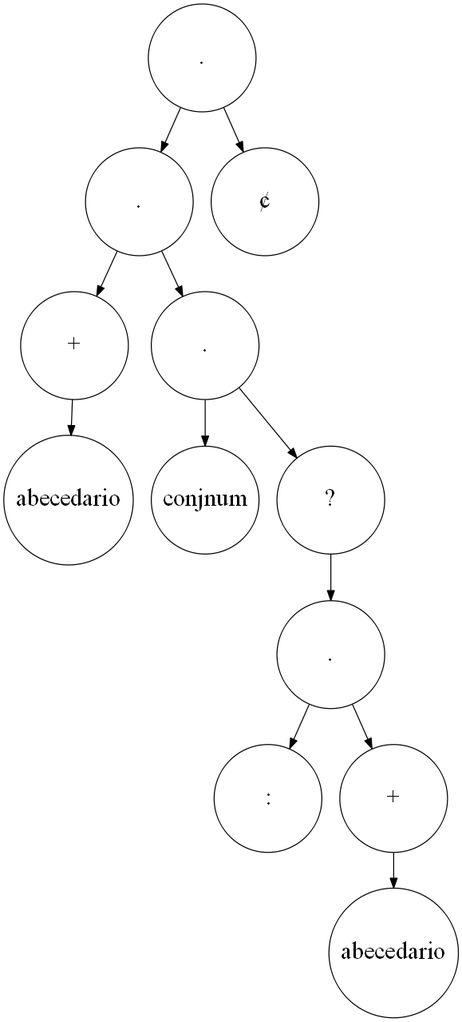
This is tree_Expresion2.png from montherbasir/Practica1_OLC1, a Graphviz export, as it was before one commit. Its source is kept beside it as tree_Expresion2.dot.
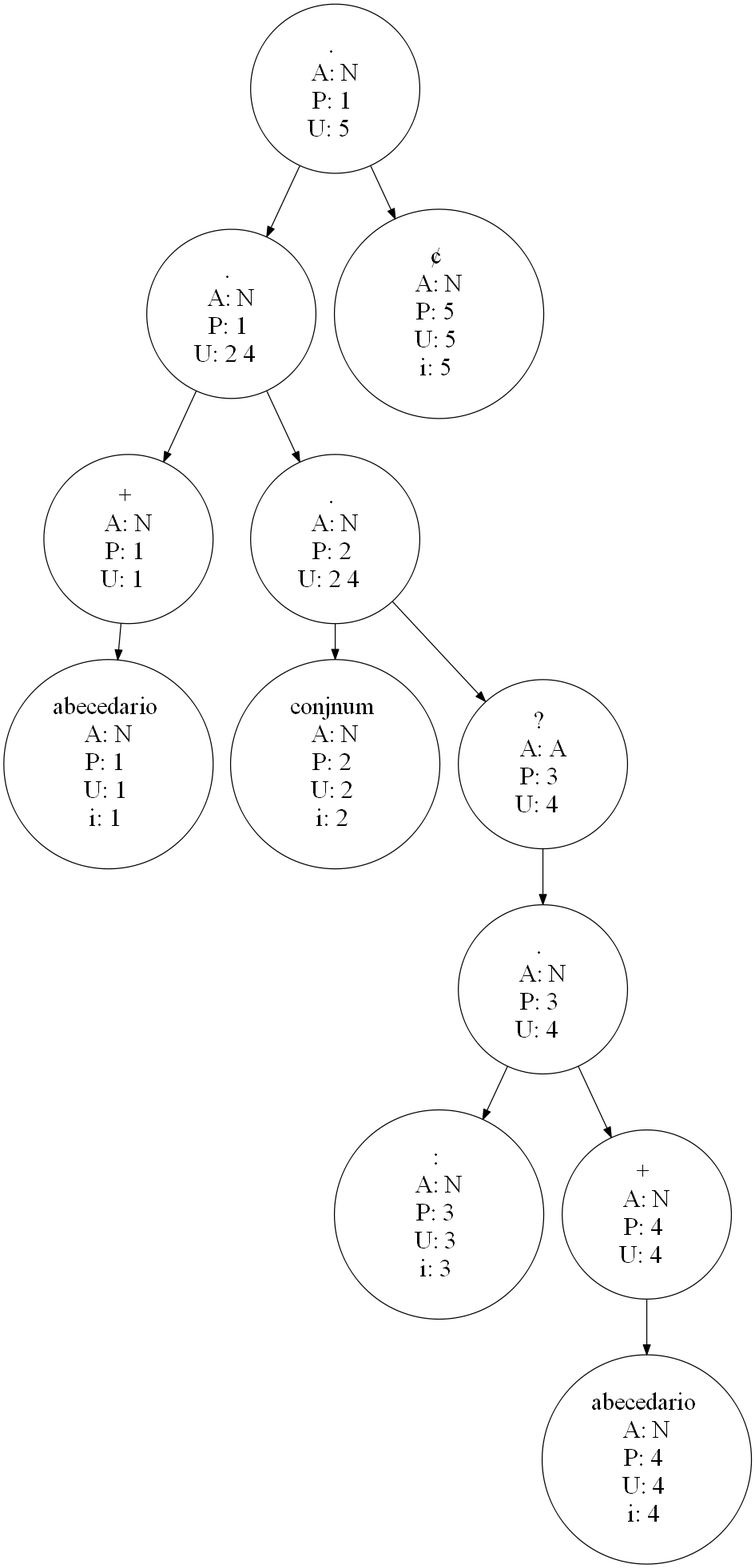
Later version of the same file.

Change to the diagram source:
```diff
@@ -4,27 +4,68 @@
 node [shape=circle, height=0.5, width=1.5, fontsize=25];
 graph[dpi=90];
 
-"0" [label="."];
-"1" [label="."];
-"2" [label="+"];
-"3" [label="abecedario"];
+"0" [label=".
+A: N
+P: 1
+U: 5  "];
+"1" [label=".
+A: N
+P: 1
+U: 2 4  "];
+"2" [label="+
+A: N
+P: 1
+U: 1  "];
+"3" [label="abecedario
+A: N
+P: 1
+U: 1
+i: 1 "];
 "2" -> "3";
 "1" -> "2";
-"4" [label="."];
-"5" [label="conjnum"];
+"4" [label=".
+A: N
+P: 2
+U: 2 4  "];
+"5" [label="conjnum
+A: N
+P: 2
+U: 2
+i: 2 "];
 "4" -> "5";
-"6" [label="?"];
-"7" [label="."];
-"8" [label=":"];
+"6" [label="?
+A: A
+P: 3
+U: 4  "];
+"7" [label=".
+A: N
+P: 3
+U: 4  "];
+"8" [label=":
+A: N
+P: 3
+U: 3
+i: 3 "];
 "7" -> "8";
-"9" [label="+"];
-"10" [label="abecedario"];
+"9" [label="+
+A: N
+P: 4
+U: 4  "];
+"10" [label="abecedario
+A: N
+P: 4
+U: 4
+i: 4 "];
 "9" -> "10";
 "7" -> "9";
 "6" -> "7";
 "4" -> "6";
 "1" -> "4";
 "0" -> "1";
-"11" [label="¢"];
+"11" [label="¢
+A: N
+P: 5
+U: 5
+i: 5 "];
 "0" -> "11";
 }
```
